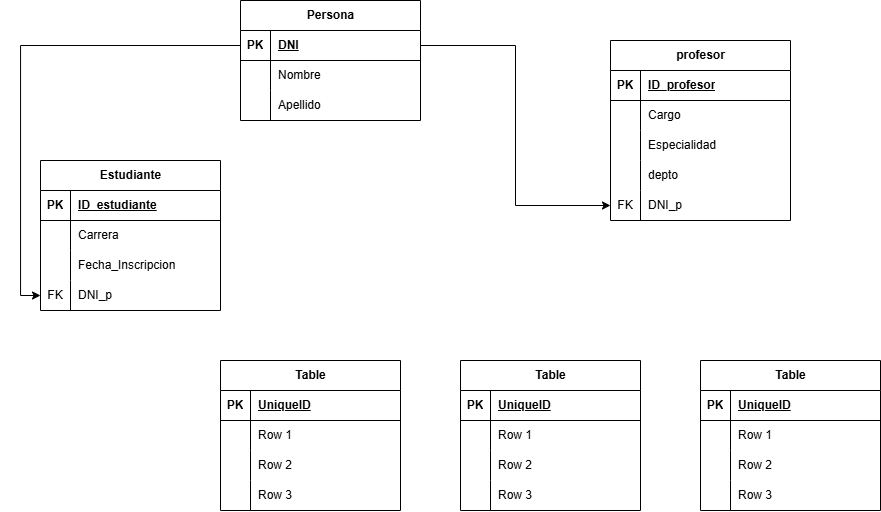
Above: Diagramas_E_R/Diagrama_actividad_3.drawio.png in Gabitoto/Bases-de-Datos (draw.io), before the change. Source tidied: cells renumbered, new cells last; positions are measured from the earlier drawing's top-left corner, leaving out a move shared by most shapes.
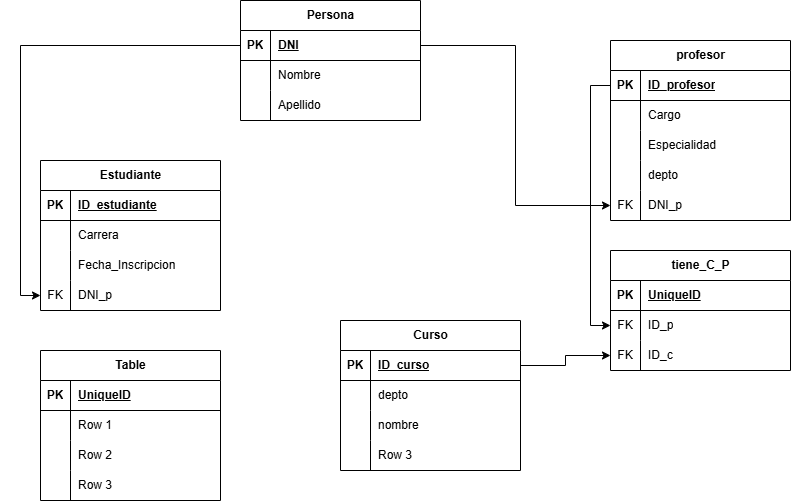
After the change.

Diff of the diagram source:
```diff
@@ -129,7 +129,7 @@
       <mxGeometry relative="1" as="geometry" />
     </mxCell>
     <mxCell id="44" value="Table" style="shape=table;startSize=30;rowLines=0;fontStyle=1;align=center;html=1;" parent="1" vertex="1">
-      <mxGeometry x="220" y="360" width="180" height="150" as="geometry" />
+      <mxGeometry x="40" y="350" width="180" height="150" as="geometry" />
     </mxCell>
     <mxCell id="45" style="shape=tableRow;horizontal=0;startSize=0;swimlaneHead=0;swimlaneBody=0;fillColor=none;top=0;left=0;right=0;bottom=1;" parent="44" vertex="1">
       <mxGeometry y="30" width="180" height="30" as="geometry" />
@@ -167,8 +167,8 @@
     <mxCell id="56" value="Row 3" style="shape=partialRectangle;fillColor=none;top=0;left=0;bottom=0;right=0;align=left;spacingLeft=6;overflow=hidden;whiteSpace=wrap;html=1;" parent="54" vertex="1">
       <mxGeometry x="30" width="150" height="30" as="geometry" />
     </mxCell>
-    <mxCell id="57" value="Table" style="shape=table;startSize=30;rowLines=0;fontStyle=1;align=center;html=1;" parent="1" vertex="1">
-      <mxGeometry x="460" y="360" width="180" height="150" as="geometry" />
+    <mxCell id="57" value="Curso" style="shape=table;startSize=30;rowLines=0;fontStyle=1;align=center;html=1;" parent="1" vertex="1">
+      <mxGeometry x="340" y="320" width="180" height="150" as="geometry" />
     </mxCell>
     <mxCell id="58" style="shape=tableRow;horizontal=0;startSize=0;swimlaneHead=0;swimlaneBody=0;fillColor=none;points=[[0,0.5],[1,0.5]];portConstraint=eastwest;top=0;left=0;right=0;bottom=1;" parent="57" vertex="1">
       <mxGeometry y="30" width="180" height="30" as="geometry" />
@@ -176,7 +176,7 @@
     <mxCell id="59" value="PK" style="shape=partialRectangle;fillColor=none;top=0;left=0;bottom=0;right=0;fontStyle=1;overflow=hidden;whiteSpace=wrap;html=1;" parent="58" vertex="1">
       <mxGeometry width="30" height="30" as="geometry" />
     </mxCell>
-    <mxCell id="60" value="UniqueID" style="shape=partialRectangle;fillColor=none;top=0;left=0;bottom=0;right=0;align=left;spacingLeft=6;fontStyle=5;overflow=hidden;whiteSpace=wrap;html=1;" parent="58" vertex="1">
+    <mxCell id="60" value="ID_curso" style="shape=partialRectangle;fillColor=none;top=0;left=0;bottom=0;right=0;align=left;spacingLeft=6;fontStyle=5;overflow=hidden;whiteSpace=wrap;html=1;" parent="58" vertex="1">
       <mxGeometry x="30" width="150" height="30" as="geometry" />
     </mxCell>
     <mxCell id="61" style="shape=tableRow;horizontal=0;startSize=0;swimlaneHead=0;swimlaneBody=0;fillColor=none;top=0;left=0;right=0;bottom=0;" parent="57" vertex="1">
@@ -185,7 +185,7 @@
     <mxCell id="62" style="shape=partialRectangle;fillColor=none;top=0;left=0;bottom=0;right=0;overflow=hidden;whiteSpace=wrap;html=1;" parent="61" vertex="1">
       <mxGeometry width="30" height="30" as="geometry" />
     </mxCell>
-    <mxCell id="63" value="Row 1" style="shape=partialRectangle;fillColor=none;top=0;left=0;bottom=0;right=0;align=left;spacingLeft=6;overflow=hidden;whiteSpace=wrap;html=1;" parent="61" vertex="1">
+    <mxCell id="63" value="depto" style="shape=partialRectangle;fillColor=none;top=0;left=0;bottom=0;right=0;align=left;spacingLeft=6;overflow=hidden;whiteSpace=wrap;html=1;" parent="61" vertex="1">
       <mxGeometry x="30" width="150" height="30" as="geometry" />
     </mxCell>
     <mxCell id="64" style="shape=tableRow;horizontal=0;startSize=0;swimlaneHead=0;swimlaneBody=0;fillColor=none;top=0;left=0;right=0;bottom=0;" parent="57" vertex="1">
@@ -194,7 +194,7 @@
     <mxCell id="65" style="shape=partialRectangle;fillColor=none;top=0;left=0;bottom=0;right=0;overflow=hidden;whiteSpace=wrap;html=1;" parent="64" vertex="1">
       <mxGeometry width="30" height="30" as="geometry" />
     </mxCell>
-    <mxCell id="66" value="Row 2" style="shape=partialRectangle;fillColor=none;top=0;left=0;bottom=0;right=0;align=left;spacingLeft=6;overflow=hidden;whiteSpace=wrap;html=1;" parent="64" vertex="1">
+    <mxCell id="66" value="nombre" style="shape=partialRectangle;fillColor=none;top=0;left=0;bottom=0;right=0;align=left;spacingLeft=6;overflow=hidden;whiteSpace=wrap;html=1;" parent="64" vertex="1">
       <mxGeometry x="30" width="150" height="30" as="geometry" />
     </mxCell>
     <mxCell id="67" style="shape=tableRow;horizontal=0;startSize=0;swimlaneHead=0;swimlaneBody=0;fillColor=none;top=0;left=0;right=0;bottom=0;" parent="57" vertex="1">
@@ -206,8 +206,8 @@
     <mxCell id="69" value="Row 3" style="shape=partialRectangle;fillColor=none;top=0;left=0;bottom=0;right=0;align=left;spacingLeft=6;overflow=hidden;whiteSpace=wrap;html=1;" parent="67" vertex="1">
       <mxGeometry x="30" width="150" height="30" as="geometry" />
     </mxCell>
-    <mxCell id="70" value="Table" style="shape=table;startSize=30;rowLines=0;fontStyle=1;align=center;html=1;" parent="1" vertex="1">
-      <mxGeometry x="700" y="360" width="180" height="150" as="geometry" />
+    <mxCell id="70" value="tiene_C_P" style="shape=table;startSize=30;rowLines=0;fontStyle=1;align=center;html=1;" parent="1" vertex="1">
+      <mxGeometry x="610" y="250" width="180" height="120" as="geometry" />
     </mxCell>
     <mxCell id="71" style="shape=tableRow;horizontal=0;startSize=0;swimlaneHead=0;swimlaneBody=0;fillColor=none;top=0;left=0;right=0;bottom=1;" parent="70" vertex="1">
       <mxGeometry y="30" width="180" height="30" as="geometry" />
@@ -221,29 +221,26 @@
     <mxCell id="74" style="shape=tableRow;horizontal=0;startSize=0;swimlaneHead=0;swimlaneBody=0;fillColor=none;points=[[0,0.5],[1,0.5]];portConstraint=eastwest;top=0;left=0;right=0;bottom=0;" parent="70" vertex="1">
       <mxGeometry y="60" width="180" height="30" as="geometry" />
     </mxCell>
-    <mxCell id="75" style="shape=partialRectangle;fillColor=none;top=0;left=0;bottom=0;right=0;overflow=hidden;whiteSpace=wrap;html=1;" parent="74" vertex="1">
+    <mxCell id="75" value="FK" style="shape=partialRectangle;fillColor=none;top=0;left=0;bottom=0;right=0;overflow=hidden;whiteSpace=wrap;html=1;" parent="74" vertex="1">
       <mxGeometry width="30" height="30" as="geometry" />
     </mxCell>
-    <mxCell id="76" value="Row 1" style="shape=partialRectangle;fillColor=none;top=0;left=0;bottom=0;right=0;align=left;spacingLeft=6;overflow=hidden;whiteSpace=wrap;html=1;" parent="74" vertex="1">
+    <mxCell id="76" value="ID_p" style="shape=partialRectangle;fillColor=none;top=0;left=0;bottom=0;right=0;align=left;spacingLeft=6;overflow=hidden;whiteSpace=wrap;html=1;" parent="74" vertex="1">
       <mxGeometry x="30" width="150" height="30" as="geometry" />
     </mxCell>
     <mxCell id="77" style="shape=tableRow;horizontal=0;startSize=0;swimlaneHead=0;swimlaneBody=0;fillColor=none;points=[[0,0.5],[1,0.5]];portConstraint=eastwest;top=0;left=0;right=0;bottom=0;" parent="70" vertex="1">
       <mxGeometry y="90" width="180" height="30" as="geometry" />
     </mxCell>
-    <mxCell id="78" style="shape=partialRectangle;fillColor=none;top=0;left=0;bottom=0;right=0;overflow=hidden;whiteSpace=wrap;html=1;" parent="77" vertex="1">
+    <mxCell id="78" value="FK" style="shape=partialRectangle;fillColor=none;top=0;left=0;bottom=0;right=0;overflow=hidden;whiteSpace=wrap;html=1;" parent="77" vertex="1">
       <mxGeometry width="30" height="30" as="geometry" />
     </mxCell>
-    <mxCell id="79" value="Row 2" style="shape=partialRectangle;fillColor=none;top=0;left=0;bottom=0;right=0;align=left;spacingLeft=6;overflow=hidden;whiteSpace=wrap;html=1;" parent="77" vertex="1">
+    <mxCell id="79" value="ID_c" style="shape=partialRectangle;fillColor=none;top=0;left=0;bottom=0;right=0;align=left;spacingLeft=6;overflow=hidden;whiteSpace=wrap;html=1;" parent="77" vertex="1">
       <mxGeometry x="30" width="150" height="30" as="geometry" />
     </mxCell>
-    <mxCell id="80" style="shape=tableRow;horizontal=0;startSize=0;swimlaneHead=0;swimlaneBody=0;fillColor=none;top=0;left=0;right=0;bottom=0;" parent="70" vertex="1">
-      <mxGeometry y="120" width="180" height="30" as="geometry" />
-    </mxCell>
-    <mxCell id="81" style="shape=partialRectangle;fillColor=none;top=0;left=0;bottom=0;right=0;overflow=hidden;whiteSpace=wrap;html=1;" parent="80" vertex="1">
-      <mxGeometry width="30" height="30" as="geometry" />
-    </mxCell>
-    <mxCell id="82" value="Row 3" style="shape=partialRectangle;fillColor=none;top=0;left=0;bottom=0;right=0;align=left;spacingLeft=6;overflow=hidden;whiteSpace=wrap;html=1;" parent="80" vertex="1">
-      <mxGeometry x="30" width="150" height="30" as="geometry" />
-    </mxCell>
+    <mxCell id="83" style="edgeStyle=orthogonalEdgeStyle;rounded=0;jettySize=auto;html=1;exitX=1;exitY=0.5;exitDx=0;exitDy=0;entryX=0;entryY=0.5;entryDx=0;entryDy=0;" parent="1" edge="1" source="58" target="77">
+      <mxGeometry relative="1" as="geometry" />
+    </mxCell>
+    <mxCell id="84" style="edgeStyle=orthogonalEdgeStyle;rounded=0;jettySize=auto;html=1;exitX=0;exitY=0.5;exitDx=0;exitDy=0;entryX=0;entryY=0.5;entryDx=0;entryDy=0;" parent="1" edge="1" source="28" target="74">
+      <mxGeometry relative="1" as="geometry" />
+    </mxCell>
   </root>
 </mxGraphModel>
```
